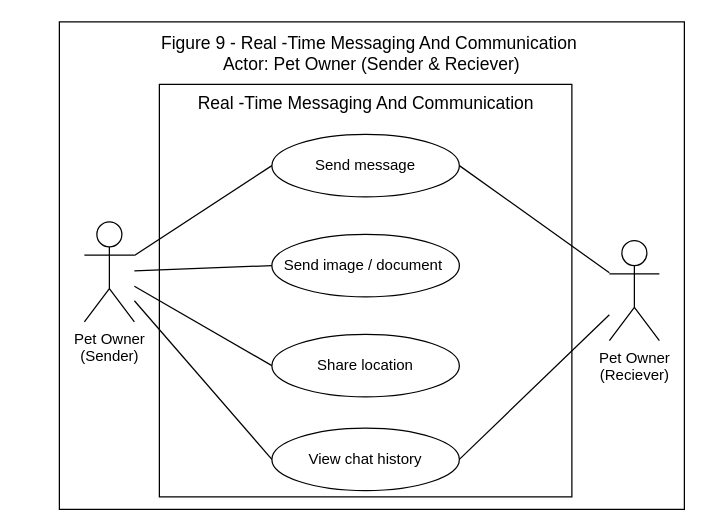
The draw.io diagram page "Fig-9" (9 of 10) of USE-CASE_Diagram_Franco.drawio in Chels013/Breedr-Diagrams, before the edit. Source tidied: cells renumbered, new cells numbered last; positions are measured from the earlier drawing's top-left corner, leaving out a move shared by most shapes. Both pictures are drawn from the tidied source at 125%, with x=0, y=0 at pixel (59, 21).
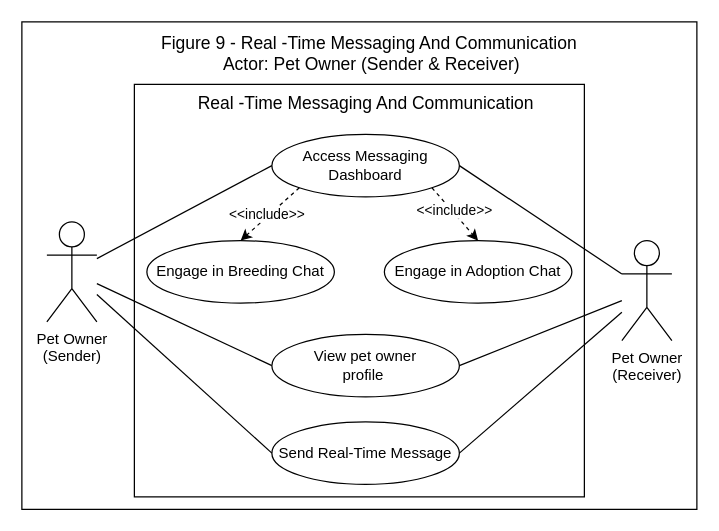
The same diagram, later.

What changed in the source:
```diff
@@
     <mxCell id="2" style="rounded=0;whiteSpace=wrap;html=1;" parent="1" vertex="1">
-      <mxGeometry width="500" height="390" as="geometry" />
+      <mxGeometry x="-30" width="540" height="390" as="geometry" />
     </mxCell>
     <mxCell id="3" style="rounded=0;whiteSpace=wrap;html=1;" parent="1" vertex="1">
-      <mxGeometry x="80" y="50" width="330" height="330" as="geometry" />
+      <mxGeometry x="60" y="50" width="360" height="330" as="geometry" />
     </mxCell>
-    <mxCell id="4" value="Figure 9 - Real -Time Messaging And Communication&amp;nbsp;&lt;br&gt;Actor: Pet Owner (Sender &amp;amp; Reciever)" style="text;html=1;align=center;verticalAlign=middle;whiteSpace=wrap;rounded=0;fontSize=14;" parent="1" vertex="1">
+    <mxCell id="4" value="Figure 9 - Real -Time Messaging And Communication&amp;nbsp;&lt;br&gt;Actor: Pet Owner (Sender &amp;amp; Receiver)" style="text;html=1;align=center;verticalAlign=middle;whiteSpace=wrap;rounded=0;fontSize=14;" parent="1" vertex="1">
       <mxGeometry x="80" y="10" width="340" height="30" as="geometry" />
     </mxCell>
@@
-    <mxCell id="6" value="Send message" style="ellipse;whiteSpace=wrap;html=1;" parent="1" vertex="1">
+    <mxCell id="6" value="Access Messaging Dashboard" style="ellipse;whiteSpace=wrap;html=1;" parent="1" vertex="1">
       <mxGeometry x="170" y="90" width="150" height="50" as="geometry" />
     </mxCell>
-    <mxCell id="7" value="Send image / document&amp;nbsp;" style="ellipse;whiteSpace=wrap;html=1;" parent="1" vertex="1">
-      <mxGeometry x="170" y="170" width="150" height="50" as="geometry" />
+    <mxCell id="7" value="Engage in Breeding Chat" style="ellipse;whiteSpace=wrap;html=1;" parent="1" vertex="1">
+      <mxGeometry x="70" y="175" width="150" height="50" as="geometry" />
     </mxCell>
-    <mxCell id="8" value="Share location" style="ellipse;whiteSpace=wrap;html=1;" parent="1" vertex="1">
-      <mxGeometry x="170" y="250" width="150" height="50" as="geometry" />
+    <mxCell id="8" value="Engage in Adoption Chat" style="ellipse;whiteSpace=wrap;html=1;" parent="1" vertex="1">
+      <mxGeometry x="260" y="175" width="150" height="50" as="geometry" />
     </mxCell>
-    <mxCell id="9" value="View chat history" style="ellipse;whiteSpace=wrap;html=1;" parent="1" vertex="1">
-      <mxGeometry x="170" y="325" width="150" height="50" as="geometry" />
+    <mxCell id="9" value="Send Real-Time Message" style="ellipse;whiteSpace=wrap;html=1;" parent="1" vertex="1">
+      <mxGeometry x="170" y="320" width="150" height="50" as="geometry" />
     </mxCell>
     <mxCell id="10" value="Pet Owner&lt;div&gt;(Sender)&lt;/div&gt;" style="shape=umlActor;verticalLabelPosition=bottom;verticalAlign=top;html=1;outlineConnect=0;" parent="1" vertex="1">
-      <mxGeometry x="20" y="160" width="40" height="80" as="geometry" />
+      <mxGeometry x="-10" y="160" width="40" height="80" as="geometry" />
     </mxCell>
@@
-    <mxCell id="14" style="endArrow=none;html=1;entryX=0;entryY=0.5;entryDx=0;entryDy=0;" parent="1" edge="1" source="10" target="8">
+    <mxCell id="14" style="endArrow=none;html=1;entryX=0;entryY=0.5;entryDx=0;entryDy=0;" parent="1" edge="1" source="10" target="18">
       <mxGeometry relative="1" as="geometry" />
     </mxCell>
-    <mxCell id="15" style="endArrow=none;html=1;entryX=0;entryY=0.5;entryDx=0;entryDy=0;" parent="1" edge="1" source="10" target="7">
-      <mxGeometry relative="1" as="geometry" />
-    </mxCell>
-    <mxCell id="16" value="Pet Owner&lt;div&gt;(Reciever)&lt;/div&gt;" style="shape=umlActor;verticalLabelPosition=bottom;verticalAlign=top;html=1;outlineConnect=0;" parent="1" vertex="1">
-      <mxGeometry x="440" y="175" width="40" height="80" as="geometry" />
+    <mxCell id="16" value="Pet Owner&lt;div&gt;(Receiver)&lt;/div&gt;" style="shape=umlActor;verticalLabelPosition=bottom;verticalAlign=top;html=1;outlineConnect=0;" parent="1" vertex="1">
+      <mxGeometry x="450" y="175" width="40" height="80" as="geometry" />
     </mxCell>
@@
+    <mxCell id="18" value="View pet owner&lt;br&gt;profile&amp;nbsp;" style="ellipse;whiteSpace=wrap;html=1;" parent="1" vertex="1">
+      <mxGeometry x="170" y="250" width="150" height="50" as="geometry" />
+    </mxCell>
+    <mxCell id="19" style="endArrow=none;html=1;exitX=1;exitY=0.5;exitDx=0;exitDy=0;" parent="1" edge="1" source="18" target="16">
+      <mxGeometry relative="1" as="geometry" />
+    </mxCell>
+    <mxCell id="20" style="html=1;labelBackgroundColor=#ffffff;startArrow=none;startFill=0;startSize=6;endArrow=classic;endFill=1;endSize=6;jettySize=auto;strokeWidth=1;dashed=1;fontSize=14;exitX=0;exitY=1;exitDx=0;exitDy=0;entryX=0.5;entryY=0;entryDx=0;entryDy=0;" parent="1" edge="1" source="6" target="7">
+      <mxGeometry relative="1" as="geometry" />
+    </mxCell>
+    <mxCell id="21" value="&amp;lt;&amp;lt;include&amp;gt;&amp;gt;" style="edgeLabel;html=1;align=center;verticalAlign=middle;" parent="20" vertex="1">
+      <mxGeometry x="0.06" y="-2" relative="1" as="geometry" />
+    </mxCell>
+    <mxCell id="22" style="html=1;labelBackgroundColor=#ffffff;startArrow=none;startFill=0;startSize=6;endArrow=classic;endFill=1;endSize=6;jettySize=auto;strokeWidth=1;dashed=1;fontSize=14;exitX=1;exitY=1;exitDx=0;exitDy=0;entryX=0.5;entryY=0;entryDx=0;entryDy=0;" parent="1" edge="1" source="6" target="8">
+      <mxGeometry relative="1" as="geometry" />
+    </mxCell>
+    <mxCell id="23" value="&amp;lt;&amp;lt;include&amp;gt;&amp;gt;" style="edgeLabel;html=1;align=center;verticalAlign=middle;" parent="22" vertex="1">
+      <mxGeometry x="-0.1" y="2" relative="1" as="geometry" />
+    </mxCell>
```
